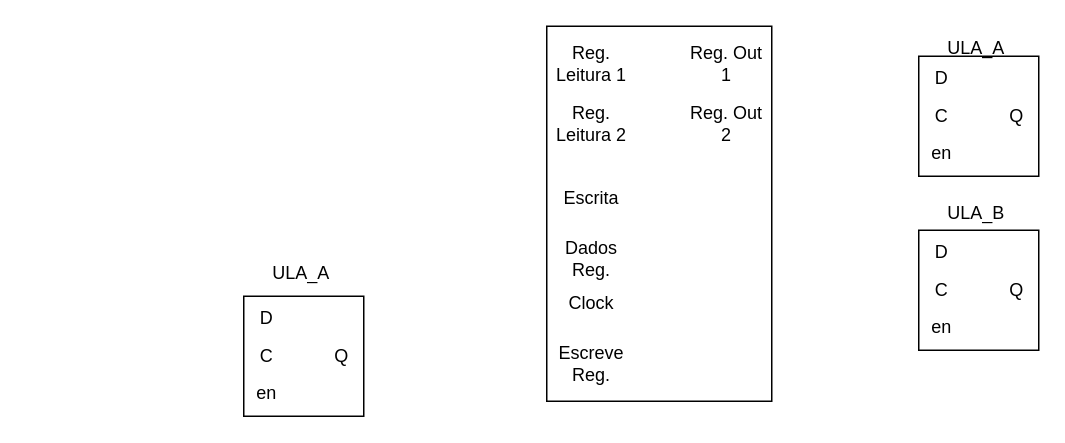
This is MIPS__G1__.drawio from JoaoFernandoRangel/Arq.-de-Computadores, a draw.io file, before an edit. Source tidied: cells renumbered, new cells numbered last; positions are measured from the earlier drawing's top-left corner, leaving out a move shared by most shapes. Both pictures are drawn from the tidied source at 150%, with x=0, y=0 at pixel (236, 26).
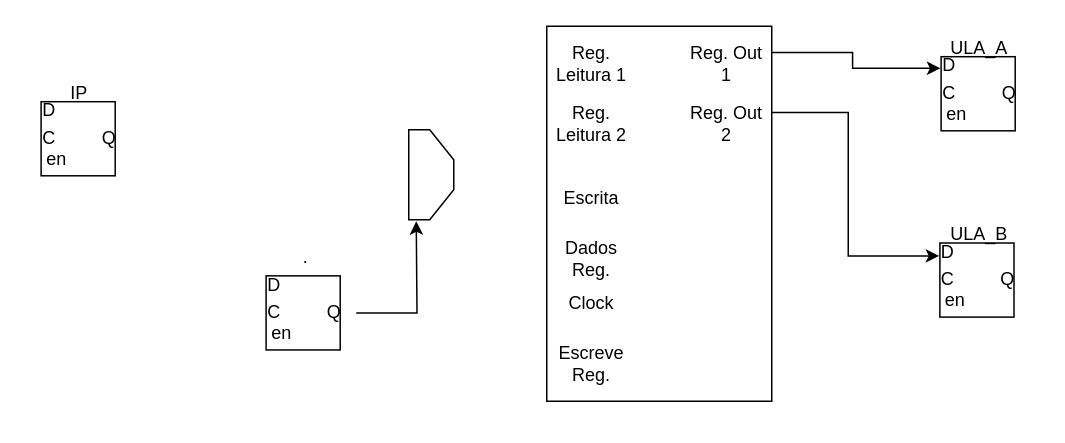
The same page after the edit.

Unchanged cells that the change refers to:
```xml
<mxCell id="10" value="Reg. Out 1" style="text;html=1;align=center;verticalAlign=middle;whiteSpace=wrap;rounded=0;" parent="2" vertex="1">
  <mxGeometry x="90" y="10" width="60" height="30" as="geometry" />
</mxCell>
<mxCell id="11" value="Reg. Out&lt;div&gt;2&lt;/div&gt;" style="text;html=1;align=center;verticalAlign=middle;whiteSpace=wrap;rounded=0;" parent="2" vertex="1">
  <mxGeometry x="90" y="50" width="60" height="30" as="geometry" />
</mxCell>
```

Diff of the diagram source:
```diff
@@
-    <mxCell id="12" style="group;" parent="1" vertex="1">
-      <mxGeometry y="150" width="85" height="110" as="geometry" />
-    </mxCell>
-    <mxCell id="13" style="group;" parent="12" vertex="1">
-      <mxGeometry y="30" width="85" height="80" as="geometry" />
-    </mxCell>
-    <mxCell id="14" style="whiteSpace=wrap;html=1;" parent="13" vertex="1">
-      <mxGeometry x="5" width="80" height="80" as="geometry" />
-    </mxCell>
-    <mxCell id="15" value="D" style="text;html=1;align=center;verticalAlign=middle;strokeColor=none;fillColor=none;" parent="13" vertex="1">
-      <mxGeometry x="5" width="30" height="30" as="geometry" />
-    </mxCell>
-    <mxCell id="16" value="C" style="text;html=1;align=center;verticalAlign=middle;strokeColor=none;fillColor=none;" parent="13" vertex="1">
-      <mxGeometry x="5" y="25" width="30" height="30" as="geometry" />
-    </mxCell>
-    <mxCell id="17" value="en" style="text;html=1;align=center;verticalAlign=middle;strokeColor=none;fillColor=none;" parent="13" vertex="1">
-      <mxGeometry y="50" width="40" height="30" as="geometry" />
-    </mxCell>
-    <mxCell id="18" value="Q" style="text;html=1;align=center;verticalAlign=middle;strokeColor=none;fillColor=none;" parent="13" vertex="1">
-      <mxGeometry x="55" y="25" width="30" height="30" as="geometry" />
-    </mxCell>
-    <mxCell id="19" value="ULA_A" style="text;html=1;align=center;verticalAlign=middle;strokeColor=none;fillColor=none;" parent="12" vertex="1">
-      <mxGeometry x="12.5" width="60" height="30" as="geometry" />
-    </mxCell>
     <mxCell id="20" style="group;" parent="1" vertex="1">
-      <mxGeometry x="450" y="110" width="85" height="106" as="geometry" />
+      <mxGeometry x="465" y="120" width="70" height="100" as="geometry" />
     </mxCell>
     <mxCell id="21" style="group;" parent="20" vertex="1">
-      <mxGeometry y="26" width="85" height="80" as="geometry" />
+      <mxGeometry y="24.5" width="70" height="75.5" as="geometry" />
     </mxCell>
     <mxCell id="22" style="whiteSpace=wrap;html=1;" parent="21" vertex="1">
-      <mxGeometry x="5" width="80" height="80" as="geometry" />
+      <mxGeometry x="4.1" width="49.4" height="49.4" as="geometry" />
     </mxCell>
     <mxCell id="23" value="D" style="text;html=1;align=center;verticalAlign=middle;strokeColor=none;fillColor=none;" parent="21" vertex="1">
-      <mxGeometry x="5" width="30" height="30" as="geometry" />
+      <mxGeometry x="-5.8" y="-8.9" width="30" height="30" as="geometry" />
     </mxCell>
     <mxCell id="24" value="C" style="text;html=1;align=center;verticalAlign=middle;strokeColor=none;fillColor=none;" parent="21" vertex="1">
-      <mxGeometry x="5" y="25" width="30" height="30" as="geometry" />
+      <mxGeometry x="-5.8" y="9.7" width="30" height="30" as="geometry" />
     </mxCell>
     <mxCell id="25" value="en" style="text;html=1;align=center;verticalAlign=middle;strokeColor=none;fillColor=none;" parent="21" vertex="1">
-      <mxGeometry y="50" width="40" height="30" as="geometry" />
+      <mxGeometry x="-5.8" y="23.6" width="40" height="30" as="geometry" />
     </mxCell>
     <mxCell id="26" value="Q" style="text;html=1;align=center;verticalAlign=middle;strokeColor=none;fillColor=none;" parent="21" vertex="1">
-      <mxGeometry x="55" y="25" width="30" height="30" as="geometry" />
+      <mxGeometry x="34.2" y="9.7" width="30" height="30" as="geometry" />
     </mxCell>
     <mxCell id="27" value="ULA_B" style="text;html=1;align=center;verticalAlign=middle;points=[];strokeColor=none;fillColor=none;" parent="20" vertex="1">
-      <mxGeometry x="12.5" width="60" height="30" as="geometry" />
+      <mxGeometry y="4.2" width="60" height="30" as="geometry" />
     </mxCell>
-    <mxCell id="28" style="group;" parent="1" vertex="1">
-      <mxGeometry x="450" width="85" height="100" as="geometry" />
-    </mxCell>
-    <mxCell id="29" style="group;" parent="28" vertex="1">
-      <mxGeometry y="20" width="85" height="80" as="geometry" />
-    </mxCell>
-    <mxCell id="30" style="whiteSpace=wrap;html=1;" parent="29" vertex="1">
-      <mxGeometry x="5" width="80" height="80" as="geometry" />
-    </mxCell>
-    <mxCell id="31" value="D" style="text;html=1;align=center;verticalAlign=middle;strokeColor=none;fillColor=none;" parent="29" vertex="1">
-      <mxGeometry x="5" width="30" height="30" as="geometry" />
-    </mxCell>
-    <mxCell id="32" value="C" style="text;html=1;align=center;verticalAlign=middle;strokeColor=none;fillColor=none;" parent="29" vertex="1">
-      <mxGeometry x="5" y="25" width="30" height="30" as="geometry" />
-    </mxCell>
-    <mxCell id="33" value="en" style="text;html=1;align=center;verticalAlign=middle;strokeColor=none;fillColor=none;" parent="29" vertex="1">
-      <mxGeometry y="50" width="40" height="30" as="geometry" />
-    </mxCell>
-    <mxCell id="34" value="Q" style="text;html=1;align=center;verticalAlign=middle;strokeColor=none;fillColor=none;" parent="29" vertex="1">
-      <mxGeometry x="55" y="25" width="30" height="30" as="geometry" />
-    </mxCell>
-    <mxCell id="35" value="ULA_A" style="text;html=1;align=center;verticalAlign=middle;strokeColor=none;fillColor=none;" parent="28" vertex="1">
-      <mxGeometry x="12.5" width="60" height="30" as="geometry" />
-    </mxCell>
+    <mxCell id="36" style="shape=loopLimit;whiteSpace=wrap;html=1;rotation=90;" parent="1" vertex="1">
+      <mxGeometry x="100" y="84" width="60" height="30" as="geometry" />
+    </mxCell>
+    <mxCell id="37" style="whiteSpace=wrap;html=1;" parent="1" vertex="1">
+      <mxGeometry x="469.9" y="20.3" width="49.4" height="49.4" as="geometry" />
+    </mxCell>
+    <mxCell id="38" value="D" style="text;html=1;align=center;verticalAlign=middle;strokeColor=none;fillColor=none;" parent="1" vertex="1">
+      <mxGeometry x="460" y="11.4" width="30" height="30" as="geometry" />
+    </mxCell>
+    <mxCell id="39" value="C" style="text;html=1;align=center;verticalAlign=middle;strokeColor=none;fillColor=none;" parent="1" vertex="1">
+      <mxGeometry x="460" y="30" width="30" height="30" as="geometry" />
+    </mxCell>
+    <mxCell id="40" value="en" style="text;html=1;align=center;verticalAlign=middle;strokeColor=none;fillColor=none;" parent="1" vertex="1">
+      <mxGeometry x="460" y="43.9" width="40" height="30" as="geometry" />
+    </mxCell>
+    <mxCell id="41" value="Q" style="text;html=1;align=center;verticalAlign=middle;strokeColor=none;fillColor=none;" parent="1" vertex="1">
+      <mxGeometry x="500" y="30" width="30" height="30" as="geometry" />
+    </mxCell>
+    <mxCell id="42" value="ULA_A" style="text;html=1;align=center;verticalAlign=middle;points=[];strokeColor=none;fillColor=none;" parent="1" vertex="1">
+      <mxGeometry x="464.7" width="60" height="30" as="geometry" />
+    </mxCell>
+    <mxCell id="43" style="whiteSpace=wrap;html=1;" parent="1" vertex="1">
+      <mxGeometry x="19.9" y="166.4" width="49.4" height="49.4" as="geometry" />
+    </mxCell>
+    <mxCell id="44" value="D" style="text;html=1;align=center;verticalAlign=middle;strokeColor=none;fillColor=none;" parent="1" vertex="1">
+      <mxGeometry x="10" y="157.5" width="30" height="30" as="geometry" />
+    </mxCell>
+    <mxCell id="45" value="C" style="text;html=1;align=center;verticalAlign=middle;strokeColor=none;fillColor=none;" parent="1" vertex="1">
+      <mxGeometry x="10" y="176.1" width="30" height="30" as="geometry" />
+    </mxCell>
+    <mxCell id="46" value="en" style="text;html=1;align=center;verticalAlign=middle;strokeColor=none;fillColor=none;" parent="1" vertex="1">
+      <mxGeometry x="10" y="190" width="40" height="30" as="geometry" />
+    </mxCell>
+    <mxCell id="47" style="edgeStyle=orthogonalEdgeStyle;rounded=0;jettySize=auto;html=1;" parent="1" edge="1" source="48">
+      <mxGeometry relative="1" as="geometry">
+        <mxPoint x="120" y="130" as="targetPoint" />
+      </mxGeometry>
+    </mxCell>
+    <mxCell id="48" value="Q" style="text;html=1;align=center;verticalAlign=middle;points=[];strokeColor=none;fillColor=none;" parent="1" vertex="1">
+      <mxGeometry x="50" y="176.1" width="30" height="30" as="geometry" />
+    </mxCell>
+    <mxCell id="49" value=".&lt;div&gt;&lt;br&gt;&lt;/div&gt;" style="text;html=1;align=center;verticalAlign=middle;strokeColor=none;fillColor=none;" parent="1" vertex="1">
+      <mxGeometry x="30.8" y="141.1" width="30" height="40" as="geometry" />
+    </mxCell>
+    <mxCell id="50" style="whiteSpace=wrap;html=1;" parent="1" vertex="1">
+      <mxGeometry x="-130.1" y="50.3" width="49.4" height="49.4" as="geometry" />
+    </mxCell>
+    <mxCell id="51" value="D" style="text;html=1;align=center;verticalAlign=middle;strokeColor=none;fillColor=none;" parent="1" vertex="1">
+      <mxGeometry x="-140" y="41.4" width="30" height="30" as="geometry" />
+    </mxCell>
+    <mxCell id="52" value="C" style="text;html=1;align=center;verticalAlign=middle;strokeColor=none;fillColor=none;" parent="1" vertex="1">
+      <mxGeometry x="-140" y="60" width="30" height="30" as="geometry" />
+    </mxCell>
+    <mxCell id="53" value="en" style="text;html=1;align=center;verticalAlign=middle;strokeColor=none;fillColor=none;" parent="1" vertex="1">
+      <mxGeometry x="-140" y="73.9" width="40" height="30" as="geometry" />
+    </mxCell>
+    <mxCell id="54" value="Q" style="text;html=1;align=center;verticalAlign=middle;strokeColor=none;fillColor=none;" parent="1" vertex="1">
+      <mxGeometry x="-100" y="60" width="30" height="30" as="geometry" />
+    </mxCell>
+    <mxCell id="55" value="IP" style="text;html=1;align=center;verticalAlign=middle;strokeColor=none;fillColor=none;" parent="1" vertex="1">
+      <mxGeometry x="-120.3" y="30" width="30" height="30" as="geometry" />
+    </mxCell>
+    <mxCell id="56" style="edgeStyle=orthogonalEdgeStyle;rounded=0;jettySize=auto;html=1;exitX=1;exitY=0.25;exitDx=0;exitDy=0;entryX=0.061;entryY=0.964;entryDx=0;entryDy=0;entryPerimeter=0;" parent="1" edge="1" source="11" target="27">
+      <mxGeometry relative="1" as="geometry">
+        <Array as="points">
+          <mxPoint x="408" y="57" />
+          <mxPoint x="408" y="153" />
+        </Array>
+      </mxGeometry>
+    </mxCell>
+    <mxCell id="57" style="edgeStyle=orthogonalEdgeStyle;rounded=0;jettySize=auto;html=1;exitX=1;exitY=0.25;exitDx=0;exitDy=0;entryX=0.078;entryY=0.933;entryDx=0;entryDy=0;entryPerimeter=0;" parent="1" edge="1" source="10" target="42">
+      <mxGeometry relative="1" as="geometry" />
+    </mxCell>
```
